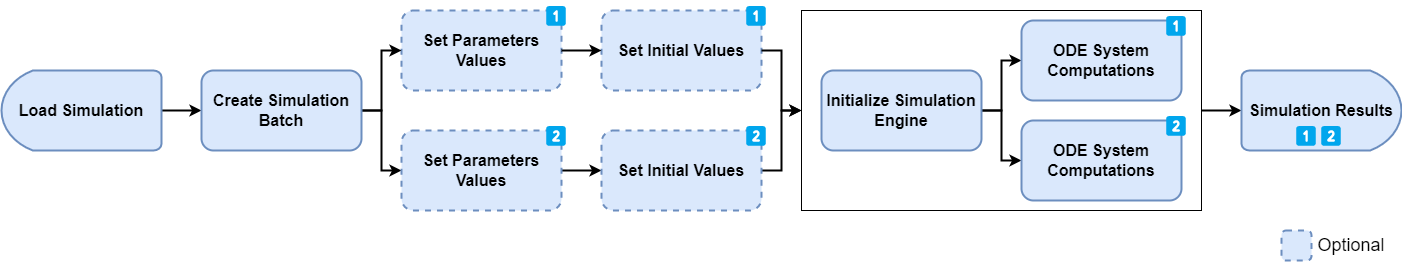
Earlier version of the draw.io export docs/dev/articles/images/batch_simulation.drawio.png (Open-Systems-Pharmacology/OSPSuite-R). Source tidied: cells renumbered, new cells last; positions are measured from the earlier drawing's top-left corner, leaving out a move shared by most shapes.
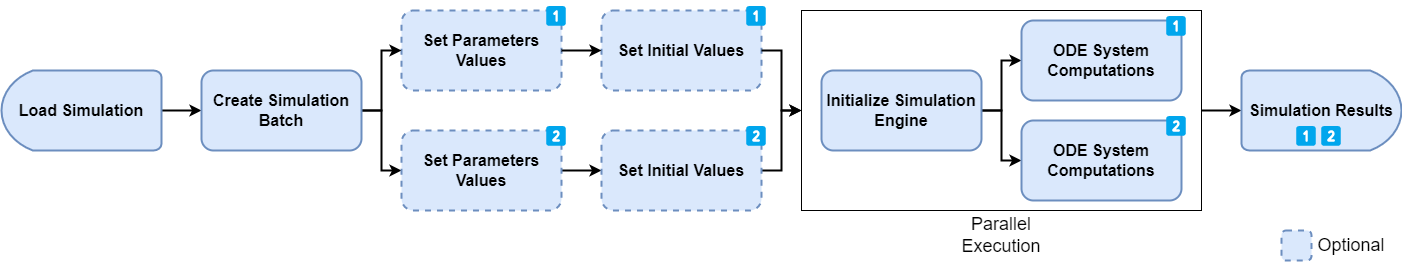
Later version of the same file.

Commit message:
Add "parallel execution" label + pkgdown::build_article("efficient-calculations") + Add image source file in buildignore

Diff of the diagram source:
```diff
@@ -95,5 +95,8 @@
     <mxCell id="32" value="&lt;font style=&quot;font-size: 20px;&quot;&gt;2️⃣&lt;/font&gt;" style="text;html=1;strokeColor=none;fillColor=none;align=center;verticalAlign=middle;whiteSpace=wrap;rounded=0;" parent="1" vertex="1">
       <mxGeometry x="1315" y="120" width="30" height="30" as="geometry" />
     </mxCell>
+    <mxCell id="33" value="Parallel Execution" style="text;html=1;strokeColor=none;fillColor=none;align=center;verticalAlign=middle;whiteSpace=wrap;rounded=0;fontSize=18;" parent="1" vertex="1">
+      <mxGeometry x="935" y="220" width="130" height="29" as="geometry" />
+    </mxCell>
   </root>
 </mxGraphModel>
```
